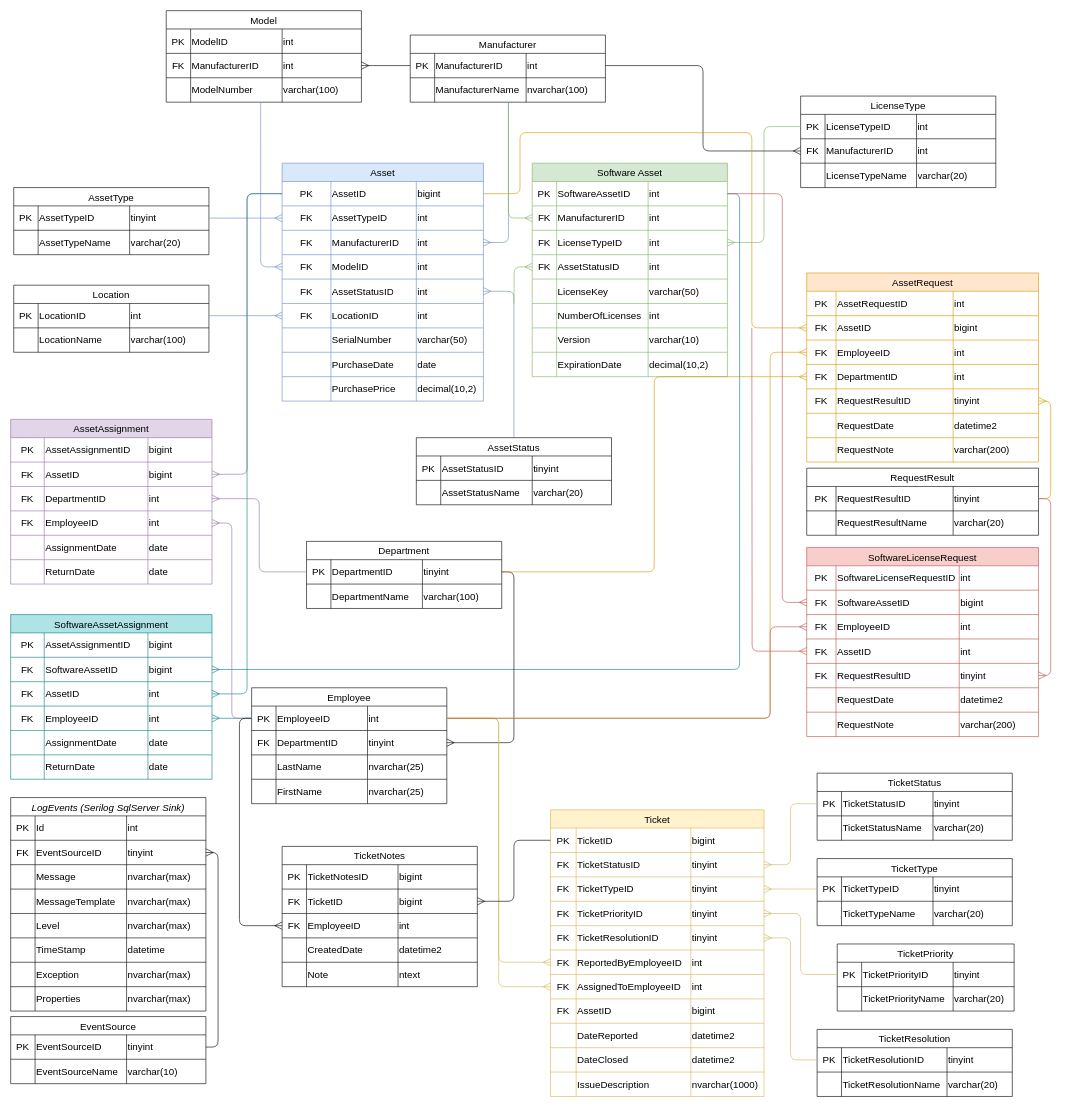
Above: Wireframes/ERD.drawio in TRed91/ITAssetTracking (draw.io), before the change. Source tidied: cells renumbered, new cells numbered last; positions are measured from the earlier drawing's top-left corner, leaving out a move shared by most shapes. Both pictures are drawn from the tidied source at 61%, with x=0, y=0 at pixel (10, 10).
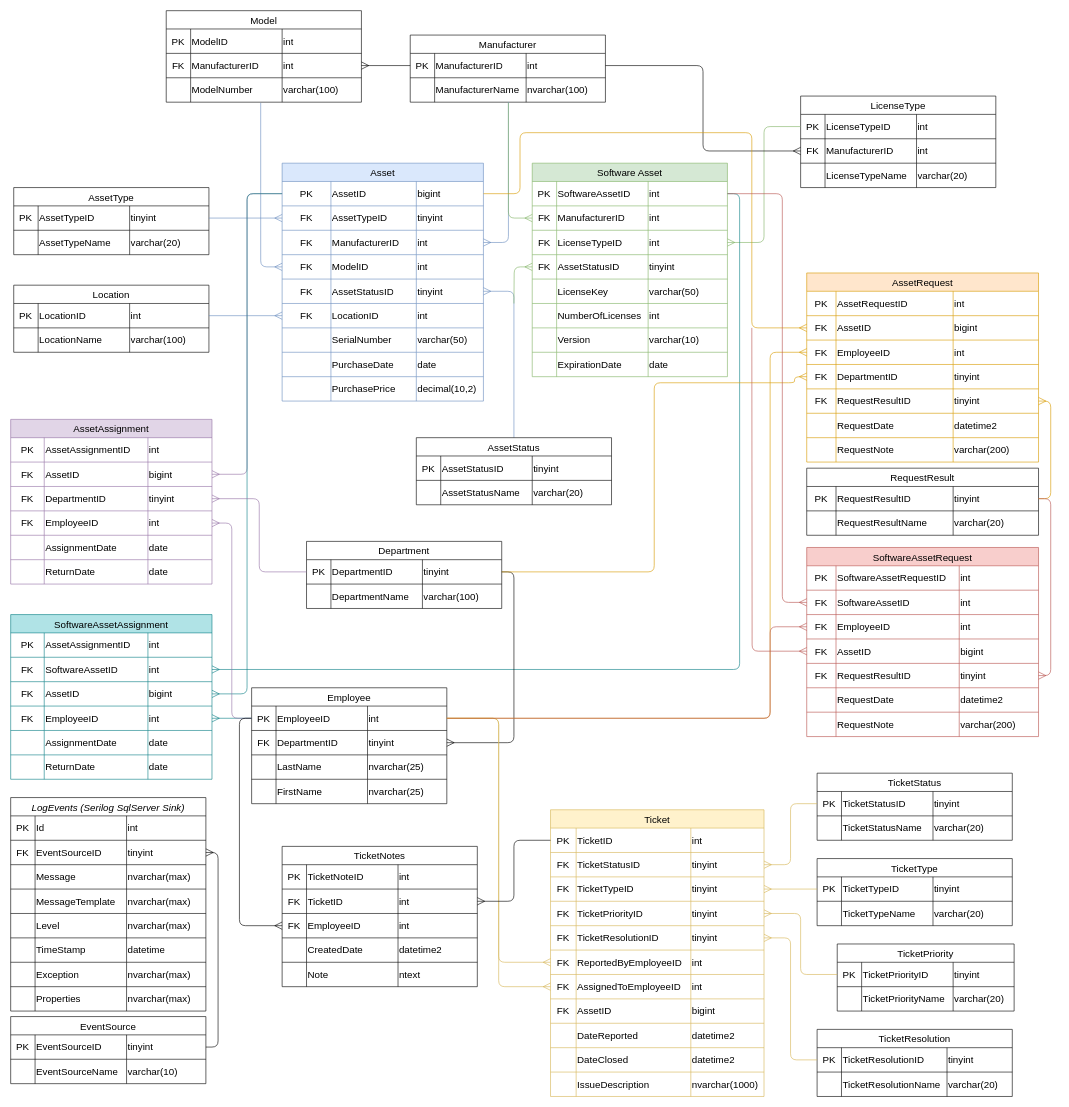
Above is the later version.

Unchanged cells that the change refers to:
```xml
<mxCell id="7" style="shape=tableRow;horizontal=0;startSize=0;swimlaneHead=0;swimlaneBody=0;strokeColor=inherit;top=0;left=0;bottom=0;right=0;fillColor=none;points=[[0,0.5],[1,0.5]];portConstraint=eastwest;fontSize=16;" parent="2" vertex="1">
  <mxGeometry y="70" width="330" height="40" as="geometry" />
</mxCell>
<mxCell id="19" style="shape=tableRow;horizontal=0;startSize=0;swimlaneHead=0;swimlaneBody=0;strokeColor=inherit;top=0;left=0;bottom=0;right=0;fillColor=none;points=[[0,0.5],[1,0.5]];portConstraint=eastwest;fontSize=16;" parent="2" vertex="1">
  <mxGeometry y="190" width="330" height="40" as="geometry" />
</mxCell>
<mxCell id="52" style="shape=tableRow;horizontal=0;startSize=0;swimlaneHead=0;swimlaneBody=0;strokeColor=inherit;top=0;left=0;bottom=0;right=0;fillColor=none;points=[[0,0.5],[1,0.5]];portConstraint=eastwest;fontSize=16;" parent="39" vertex="1">
  <mxGeometry y="150" width="320" height="40" as="geometry" />
</mxCell>
<mxCell id="68" style="shape=tableRow;horizontal=0;startSize=0;swimlaneHead=0;swimlaneBody=0;strokeColor=inherit;top=0;left=0;bottom=0;right=0;fillColor=none;fontSize=16;" parent="39" vertex="1">
  <mxGeometry y="310" width="320" height="40" as="geometry" />
</mxCell>
<mxCell id="145" style="shape=tableRow;horizontal=0;startSize=0;swimlaneHead=0;swimlaneBody=0;strokeColor=inherit;top=0;left=0;bottom=0;right=0;fillColor=none;fontSize=16;" parent="144" vertex="1">
  <mxGeometry y="30" width="330" height="40" as="geometry" />
</mxCell>
<mxCell id="153" style="shape=tableRow;horizontal=0;startSize=0;swimlaneHead=0;swimlaneBody=0;strokeColor=inherit;top=0;left=0;bottom=0;right=0;fillColor=none;points=[[0,0.5],[1,0.5]];portConstraint=eastwest;fontSize=16;" parent="144" vertex="1">
  <mxGeometry y="110" width="330" height="40" as="geometry" />
</mxCell>
<mxCell id="170" style="shape=tableRow;horizontal=0;startSize=0;swimlaneHead=0;swimlaneBody=0;strokeColor=inherit;top=0;left=0;bottom=0;right=0;fillColor=none;fontSize=16;" parent="169" vertex="1">
  <mxGeometry y="30" width="330" height="40" as="geometry" />
</mxCell>
<mxCell id="174" style="shape=tableRow;horizontal=0;startSize=0;swimlaneHead=0;swimlaneBody=0;strokeColor=inherit;top=0;left=0;bottom=0;right=0;fillColor=none;points=[[0,0.5],[1,0.5]];portConstraint=eastwest;fontSize=16;" parent="169" vertex="1">
  <mxGeometry y="70" width="330" height="40" as="geometry" />
</mxCell>
<mxCell id="178" style="shape=tableRow;horizontal=0;startSize=0;swimlaneHead=0;swimlaneBody=0;strokeColor=inherit;top=0;left=0;bottom=0;right=0;fillColor=none;points=[[0,0.5],[1,0.5]];portConstraint=eastwest;fontSize=16;" parent="169" vertex="1">
  <mxGeometry y="110" width="330" height="40" as="geometry" />
</mxCell>
<mxCell id="198" style="shape=tableRow;horizontal=0;startSize=0;swimlaneHead=0;swimlaneBody=0;strokeColor=inherit;top=0;left=0;bottom=0;right=0;fillColor=none;points=[[0,0.5],[1,0.5]];portConstraint=eastwest;fontSize=16;" parent="197" vertex="1">
  <mxGeometry y="30" width="320" height="40" as="geometry" />
</mxCell>
<mxCell id="228" style="shape=tableRow;horizontal=0;startSize=0;swimlaneHead=0;swimlaneBody=0;strokeColor=inherit;top=0;left=0;bottom=0;right=0;fillColor=none;points=[[0,0.5],[1,0.5]];portConstraint=eastwest;fontSize=16;" parent="227" vertex="1">
  <mxGeometry y="30" width="350" height="40" as="geometry" />
</mxCell>
<mxCell id="315" style="shape=tableRow;horizontal=0;startSize=0;swimlaneHead=0;swimlaneBody=0;strokeColor=inherit;top=0;left=0;bottom=0;right=0;fillColor=none;fontSize=16;" parent="314" vertex="1">
  <mxGeometry y="30" width="320" height="40" as="geometry" />
</mxCell>
<mxCell id="319" style="shape=tableRow;horizontal=0;startSize=0;swimlaneHead=0;swimlaneBody=0;strokeColor=inherit;top=0;left=0;bottom=0;right=0;fillColor=none;points=[[0,0.5],[1,0.5]];portConstraint=eastwest;fontSize=16;" parent="314" vertex="1">
  <mxGeometry y="70" width="320" height="40" as="geometry" />
</mxCell>
<mxCell id="350" style="shape=tableRow;horizontal=0;startSize=0;swimlaneHead=0;swimlaneBody=0;strokeColor=inherit;top=0;left=0;bottom=0;right=0;fillColor=none;points=[[0,0.5],[1,0.5]];portConstraint=eastwest;fontSize=16;" parent="337" vertex="1">
  <mxGeometry y="150" width="380" height="40" as="geometry" />
</mxCell>
<mxCell id="377" style="shape=tableRow;horizontal=0;startSize=0;swimlaneHead=0;swimlaneBody=0;strokeColor=inherit;top=0;left=0;bottom=0;right=0;fillColor=none;fontSize=16;" parent="376" vertex="1">
  <mxGeometry y="30" width="380" height="40" as="geometry" />
</mxCell>
<mxCell id="381" style="shape=tableRow;horizontal=0;startSize=0;swimlaneHead=0;swimlaneBody=0;strokeColor=inherit;top=0;left=0;bottom=0;right=0;fillColor=none;points=[[0,0.5],[1,0.5]];portConstraint=eastwest;fontSize=16;" parent="376" vertex="1">
  <mxGeometry y="70" width="380" height="40" as="geometry" />
</mxCell>
<mxCell id="389" style="shape=tableRow;horizontal=0;startSize=0;swimlaneHead=0;swimlaneBody=0;strokeColor=inherit;top=0;left=0;bottom=0;right=0;fillColor=none;points=[[0,0.5],[1,0.5]];portConstraint=eastwest;fontSize=16;" parent="376" vertex="1">
  <mxGeometry y="150" width="380" height="40" as="geometry" />
</mxCell>
```

What changed in the source:
```diff
@@
-    <mxCell id="10" value="int" style="shape=partialRectangle;html=1;whiteSpace=wrap;strokeColor=inherit;overflow=hidden;fillColor=none;top=0;left=0;bottom=0;right=0;fontSize=16;align=left;" parent="7" vertex="1">
+    <mxCell id="10" value="tinyint" style="shape=partialRectangle;html=1;whiteSpace=wrap;strokeColor=inherit;overflow=hidden;fillColor=none;top=0;left=0;bottom=0;right=0;fontSize=16;align=left;" parent="7" vertex="1">
       <mxGeometry x="220" width="110" height="40" as="geometry" />
     </mxCell>
@@
-    <mxCell id="22" value="int" style="shape=partialRectangle;html=1;whiteSpace=wrap;strokeColor=inherit;overflow=hidden;fillColor=none;top=0;left=0;bottom=0;right=0;fontSize=16;align=left;" parent="19" vertex="1">
+    <mxCell id="22" value="tinyint" style="shape=partialRectangle;html=1;whiteSpace=wrap;strokeColor=inherit;overflow=hidden;fillColor=none;top=0;left=0;bottom=0;right=0;fontSize=16;align=left;" parent="19" vertex="1">
       <mxGeometry x="220" width="110" height="40" as="geometry" />
     </mxCell>
@@
-    <mxCell id="55" value="int" style="shape=partialRectangle;html=1;whiteSpace=wrap;strokeColor=inherit;overflow=hidden;fillColor=none;top=0;left=0;bottom=0;right=0;fontSize=16;align=left;" parent="52" vertex="1">
+    <mxCell id="55" value="tinyint" style="shape=partialRectangle;html=1;whiteSpace=wrap;strokeColor=inherit;overflow=hidden;fillColor=none;top=0;left=0;bottom=0;right=0;fontSize=16;align=left;" parent="52" vertex="1">
       <mxGeometry x="190" width="130" height="40" as="geometry" />
     </mxCell>
@@
-    <mxCell id="71" value="decimal(10,2)" style="shape=partialRectangle;html=1;whiteSpace=wrap;strokeColor=inherit;overflow=hidden;fillColor=none;top=0;left=0;bottom=0;right=0;fontSize=16;align=left;" parent="68" vertex="1">
+    <mxCell id="71" value="date" style="shape=partialRectangle;html=1;whiteSpace=wrap;strokeColor=inherit;overflow=hidden;fillColor=none;top=0;left=0;bottom=0;right=0;fontSize=16;align=left;" parent="68" vertex="1">
       <mxGeometry x="190" width="130" height="40" as="geometry" />
     </mxCell>
@@
-    <mxCell id="148" value="bigint" style="shape=partialRectangle;html=1;whiteSpace=wrap;strokeColor=inherit;overflow=hidden;fillColor=none;top=0;left=0;bottom=0;right=0;fontSize=16;align=left;" parent="145" vertex="1">
+    <mxCell id="148" value="int" style="shape=partialRectangle;html=1;whiteSpace=wrap;strokeColor=inherit;overflow=hidden;fillColor=none;top=0;left=0;bottom=0;right=0;fontSize=16;align=left;" parent="145" vertex="1">
       <mxGeometry x="225" width="105" height="40" as="geometry" />
     </mxCell>
@@
-    <mxCell id="156" value="int" style="shape=partialRectangle;html=1;whiteSpace=wrap;strokeColor=inherit;overflow=hidden;fillColor=none;top=0;left=0;bottom=0;right=0;fontSize=16;align=left;" parent="153" vertex="1">
+    <mxCell id="156" value="tinyint" style="shape=partialRectangle;html=1;whiteSpace=wrap;strokeColor=inherit;overflow=hidden;fillColor=none;top=0;left=0;bottom=0;right=0;fontSize=16;align=left;" parent="153" vertex="1">
       <mxGeometry x="225" width="105" height="40" as="geometry" />
     </mxCell>
@@
-    <mxCell id="173" value="bigint" style="shape=partialRectangle;html=1;whiteSpace=wrap;strokeColor=inherit;overflow=hidden;fillColor=none;top=0;left=0;bottom=0;right=0;fontSize=16;align=left;" parent="170" vertex="1">
+    <mxCell id="173" value="int" style="shape=partialRectangle;html=1;whiteSpace=wrap;strokeColor=inherit;overflow=hidden;fillColor=none;top=0;left=0;bottom=0;right=0;fontSize=16;align=left;" parent="170" vertex="1">
       <mxGeometry x="225" width="105" height="40" as="geometry" />
     </mxCell>
@@
-    <mxCell id="177" value="bigint" style="shape=partialRectangle;html=1;whiteSpace=wrap;strokeColor=inherit;overflow=hidden;fillColor=none;top=0;left=0;bottom=0;right=0;fontSize=16;align=left;" parent="174" vertex="1">
+    <mxCell id="177" value="int" style="shape=partialRectangle;html=1;whiteSpace=wrap;strokeColor=inherit;overflow=hidden;fillColor=none;top=0;left=0;bottom=0;right=0;fontSize=16;align=left;" parent="174" vertex="1">
       <mxGeometry x="225" width="105" height="40" as="geometry" />
     </mxCell>
@@
-    <mxCell id="181" value="int" style="shape=partialRectangle;html=1;whiteSpace=wrap;strokeColor=inherit;overflow=hidden;fillColor=none;top=0;left=0;bottom=0;right=0;fontSize=16;align=left;" parent="178" vertex="1">
+    <mxCell id="181" value="bigint" style="shape=partialRectangle;html=1;whiteSpace=wrap;strokeColor=inherit;overflow=hidden;fillColor=none;top=0;left=0;bottom=0;right=0;fontSize=16;align=left;" parent="178" vertex="1">
       <mxGeometry x="225" width="105" height="40" as="geometry" />
     </mxCell>
@@
-    <mxCell id="231" value="bigint" style="shape=partialRectangle;html=1;whiteSpace=wrap;strokeColor=inherit;overflow=hidden;fillColor=none;top=0;left=0;bottom=0;right=0;fontSize=16;align=left;" parent="228" vertex="1">
+    <mxCell id="231" value="int" style="shape=partialRectangle;html=1;whiteSpace=wrap;strokeColor=inherit;overflow=hidden;fillColor=none;top=0;left=0;bottom=0;right=0;fontSize=16;align=left;" parent="228" vertex="1">
       <mxGeometry x="230" width="120" height="40" as="geometry" />
     </mxCell>
@@
-    <mxCell id="317" value="TicketNotesID" style="shape=partialRectangle;html=1;whiteSpace=wrap;strokeColor=inherit;overflow=hidden;fillColor=none;top=0;left=0;bottom=0;right=0;fontSize=16;align=left;" parent="315" vertex="1">
+    <mxCell id="317" value="TicketNoteID" style="shape=partialRectangle;html=1;whiteSpace=wrap;strokeColor=inherit;overflow=hidden;fillColor=none;top=0;left=0;bottom=0;right=0;fontSize=16;align=left;" parent="315" vertex="1">
       <mxGeometry x="40" width="150" height="40" as="geometry" />
     </mxCell>
-    <mxCell id="318" value="bigint" style="shape=partialRectangle;html=1;whiteSpace=wrap;strokeColor=inherit;overflow=hidden;fillColor=none;top=0;left=0;bottom=0;right=0;fontSize=16;align=left;" parent="315" vertex="1">
+    <mxCell id="318" value="int" style="shape=partialRectangle;html=1;whiteSpace=wrap;strokeColor=inherit;overflow=hidden;fillColor=none;top=0;left=0;bottom=0;right=0;fontSize=16;align=left;" parent="315" vertex="1">
       <mxGeometry x="190" width="130" height="40" as="geometry" />
     </mxCell>
@@
-    <mxCell id="322" value="bigint" style="shape=partialRectangle;html=1;whiteSpace=wrap;strokeColor=inherit;overflow=hidden;fillColor=none;top=0;left=0;bottom=0;right=0;fontSize=16;align=left;" parent="319" vertex="1">
+    <mxCell id="322" value="int" style="shape=partialRectangle;html=1;whiteSpace=wrap;strokeColor=inherit;overflow=hidden;fillColor=none;top=0;left=0;bottom=0;right=0;fontSize=16;align=left;" parent="319" vertex="1">
       <mxGeometry x="190" width="130" height="40" as="geometry" />
     </mxCell>
@@
-    <mxCell id="353" value="int" style="shape=partialRectangle;html=1;whiteSpace=wrap;strokeColor=inherit;overflow=hidden;fillColor=none;top=0;left=0;bottom=0;right=0;fontSize=16;align=left;" parent="350" vertex="1">
+    <mxCell id="353" value="tinyint" style="shape=partialRectangle;html=1;whiteSpace=wrap;strokeColor=inherit;overflow=hidden;fillColor=none;top=0;left=0;bottom=0;right=0;fontSize=16;align=left;" parent="350" vertex="1">
       <mxGeometry x="240" width="140" height="40" as="geometry" />
     </mxCell>
@@
-    <mxCell id="376" value="SoftwareLicenseRequest" style="shape=table;startSize=30;childLayout=tableLayout;strokeColor=#b85450;fontSize=16;fillColor=#f8cecc;" parent="1" vertex="1">
+    <mxCell id="376" value="SoftwareAssetRequest" style="shape=table;startSize=30;childLayout=tableLayout;strokeColor=#b85450;fontSize=16;fillColor=#f8cecc;" parent="1" vertex="1">
       <mxGeometry x="1305" y="880" width="380" height="310" as="geometry" />
     </mxCell>
@@
-    <mxCell id="379" value="&lt;span style=&quot;text-align: center; text-wrap-mode: nowrap;&quot;&gt;SoftwareLicenseRequestID&lt;/span&gt;" style="shape=partialRectangle;html=1;whiteSpace=wrap;strokeColor=inherit;overflow=hidden;fillColor=none;top=0;left=0;bottom=0;right=0;fontSize=16;align=left;" parent="377" vertex="1">
+    <mxCell id="379" value="&lt;span style=&quot;text-align: center; text-wrap-mode: nowrap;&quot;&gt;SoftwareAssetRequestID&lt;/span&gt;" style="shape=partialRectangle;html=1;whiteSpace=wrap;strokeColor=inherit;overflow=hidden;fillColor=none;top=0;left=0;bottom=0;right=0;fontSize=16;align=left;" parent="377" vertex="1">
       <mxGeometry x="48" width="202" height="40" as="geometry" />
     </mxCell>
@@
-    <mxCell id="384" value="bigint" style="shape=partialRectangle;html=1;whiteSpace=wrap;strokeColor=inherit;overflow=hidden;fillColor=none;top=0;left=0;bottom=0;right=0;fontSize=16;align=left;" parent="381" vertex="1">
+    <mxCell id="384" value="int" style="shape=partialRectangle;html=1;whiteSpace=wrap;strokeColor=inherit;overflow=hidden;fillColor=none;top=0;left=0;bottom=0;right=0;fontSize=16;align=left;" parent="381" vertex="1">
       <mxGeometry x="250" width="130" height="40" as="geometry" />
     </mxCell>
@@
-    <mxCell id="392" value="int" style="shape=partialRectangle;html=1;whiteSpace=wrap;strokeColor=inherit;overflow=hidden;fillColor=none;top=0;left=0;bottom=0;right=0;fontSize=16;align=left;" parent="389" vertex="1">
+    <mxCell id="392" value="bigint" style="shape=partialRectangle;html=1;whiteSpace=wrap;strokeColor=inherit;overflow=hidden;fillColor=none;top=0;left=0;bottom=0;right=0;fontSize=16;align=left;" parent="389" vertex="1">
       <mxGeometry x="250" width="130" height="40" as="geometry" />
     </mxCell>
@@
     <mxCell id="408" style="edgeStyle=orthogonalEdgeStyle;rounded=1;jettySize=auto;html=1;exitX=0;exitY=0.5;exitDx=0;exitDy=0;entryX=1;entryY=0.5;entryDx=0;entryDy=0;curved=0;endArrow=none;startFill=0;startArrow=ERmany;endSize=10;startSize=10;fillColor=#ffe6cc;strokeColor=#d79b00;" parent="1" edge="1" source="350" target="198">
-      <mxGeometry relative="1" as="geometry" />
+      <mxGeometry relative="1" as="geometry">
+        <Array as="points">
+          <mxPoint x="1285" y="600" />
+          <mxPoint x="1285" y="610" />
+          <mxPoint x="1055" y="610" />
+          <mxPoint x="1055" y="920" />
+        </Array>
+      </mxGeometry>
     </mxCell>
```
